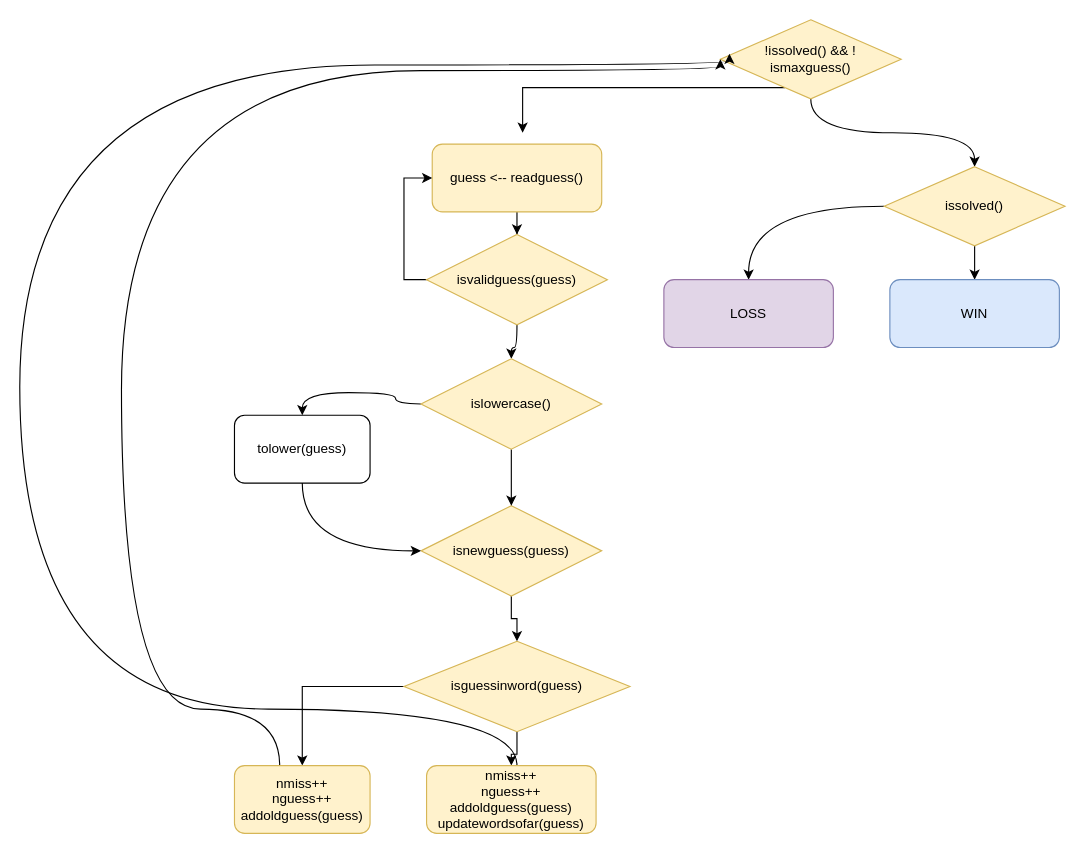
Before: Untitled Diagram.drawio in shanirub/cpp-project, a draw.io diagram. Source tidied: cells renumbered, new cells numbered last; positions are measured from the earlier drawing's top-left corner, leaving out a move shared by most shapes. Both pictures are drawn from the tidied source at 113%, with x=0, y=0 at pixel (19, 19).
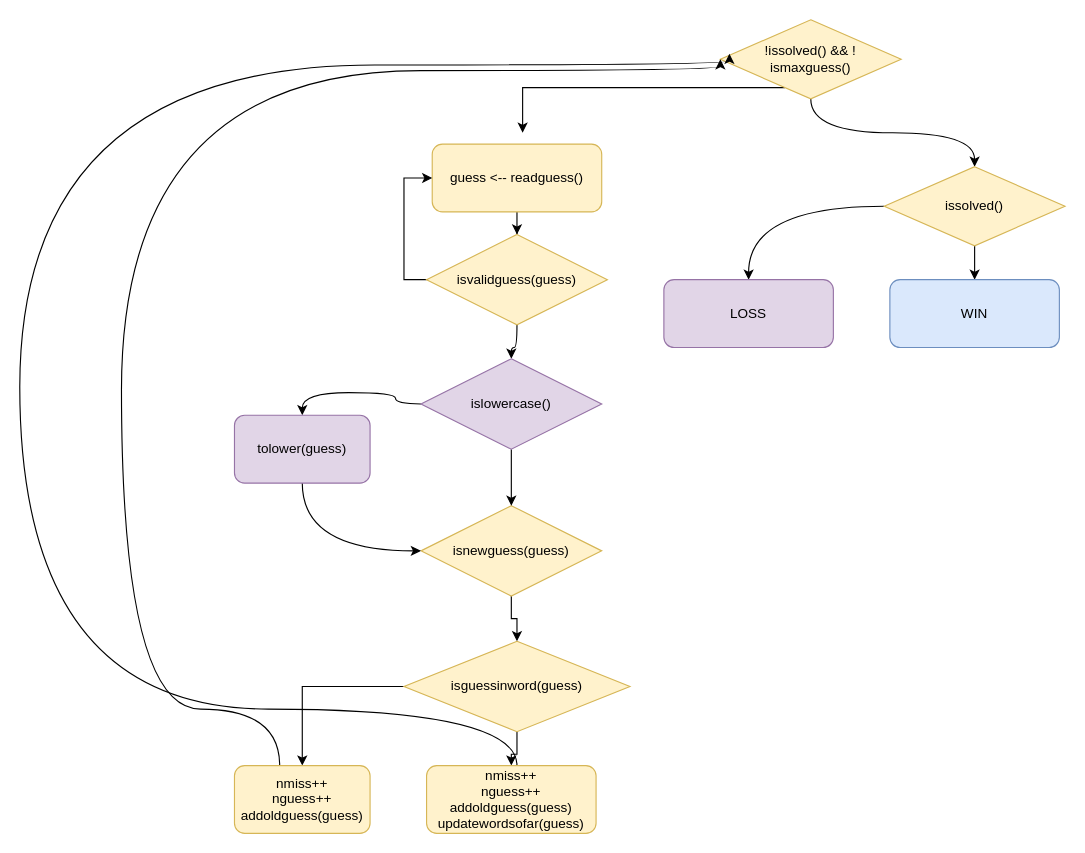
Above is the later version.

What changed in the source:
```diff
@@
-    <mxCell id="26" value="islowercase()" style="rhombus;whiteSpace=wrap;html=1;fillColor=#fff2cc;strokeColor=#d6b656;" parent="1" vertex="1">
+    <mxCell id="26" value="islowercase()" style="rhombus;whiteSpace=wrap;html=1;fillColor=#e1d5e7;strokeColor=#9673a6;" parent="1" vertex="1">
       <mxGeometry x="355" y="300" width="160" height="80" as="geometry" />
     </mxCell>
@@
-    <mxCell id="28" value="tolower(guess)" style="rounded=1;whiteSpace=wrap;html=1;" parent="1" vertex="1">
+    <mxCell id="28" value="tolower(guess)" style="rounded=1;whiteSpace=wrap;html=1;fillColor=#e1d5e7;strokeColor=#9673a6;" parent="1" vertex="1">
       <mxGeometry x="190" y="350" width="120" height="60" as="geometry" />
     </mxCell>
```
